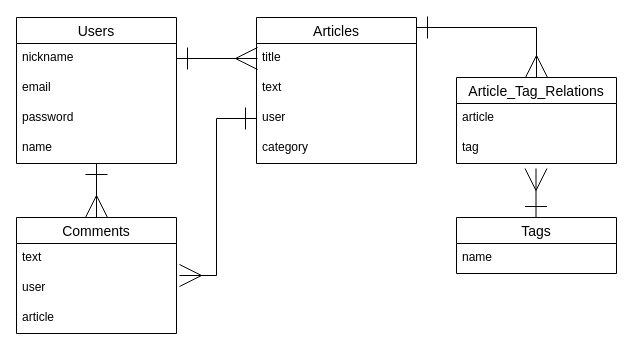
hminegishi/work-improvement keeps this draw.io diagram as ER.dio. Above is the earlier version. Source tidied: cells renumbered, new cells numbered last; positions are measured from the earlier drawing's top-left corner, leaving out a move shared by most shapes. Both pictures are drawn from the tidied source at 100%, with x=0, y=0 at pixel (16, 17).
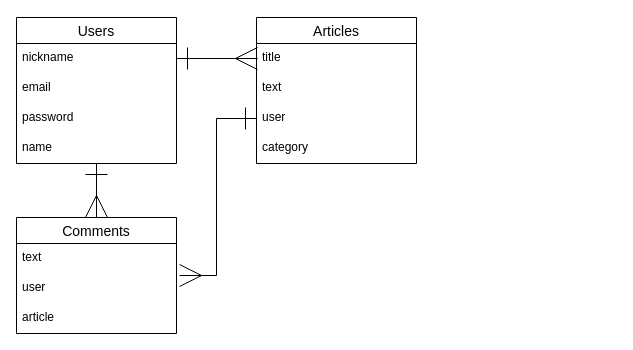
The same page after the edit.

Diff of the diagram source:
```diff
@@
-    <mxCell id="19" value="Article_Tag_Relations" style="swimlane;fontStyle=0;horizontal=1;startSize=26;align=center;fontSize=14;" parent="1" vertex="1">
-      <mxGeometry x="440" y="60" width="160" height="86" as="geometry" />
-    </mxCell>
-    <mxCell id="20" value="article" style="text;strokeColor=none;fillColor=none;spacingLeft=4;spacingRight=4;overflow=hidden;fontSize=12;" parent="19" vertex="1">
-      <mxGeometry y="26" width="160" height="30" as="geometry" />
-    </mxCell>
-    <mxCell id="21" value="tag" style="text;strokeColor=none;fillColor=none;spacingLeft=4;spacingRight=4;overflow=hidden;fontSize=12;" parent="19" vertex="1">
-      <mxGeometry y="56" width="160" height="30" as="geometry" />
-    </mxCell>
-    <mxCell id="22" value="Tags" style="swimlane;fontStyle=0;horizontal=1;startSize=26;align=center;fontSize=14;" parent="1" vertex="1">
-      <mxGeometry x="440" y="200" width="160" height="56" as="geometry" />
-    </mxCell>
-    <mxCell id="23" value="name" style="text;strokeColor=none;fillColor=none;spacingLeft=4;spacingRight=4;overflow=hidden;fontSize=12;" parent="22" vertex="1">
-      <mxGeometry y="26" width="160" height="30" as="geometry" />
-    </mxCell>
-    <mxCell id="24" style="edgeStyle=none;rounded=0;jettySize=auto;html=1;entryX=0.5;entryY=0;entryDx=0;entryDy=0;startArrow=ERone;startFill=0;endArrow=ERmany;endFill=0;jumpSize=6;endSize=20;startSize=20;" parent="1" edge="1" target="19">
-      <mxGeometry relative="1" as="geometry">
-        <mxPoint x="400" y="10" as="sourcePoint" />
-        <Array as="points">
-          <mxPoint x="520" y="10" />
-        </Array>
-      </mxGeometry>
-    </mxCell>
-    <mxCell id="25" style="edgeStyle=none;rounded=0;orthogonalLoop=1;jettySize=auto;html=1;startArrow=ERone;startFill=0;endArrow=ERmany;endFill=0;jumpSize=6;endSize=20;startSize=20;" parent="1" edge="1">
-      <mxGeometry relative="1" as="geometry">
-        <mxPoint x="519.5" y="200" as="sourcePoint" />
-        <mxPoint x="519.5" y="151" as="targetPoint" />
-      </mxGeometry>
-    </mxCell>
```
